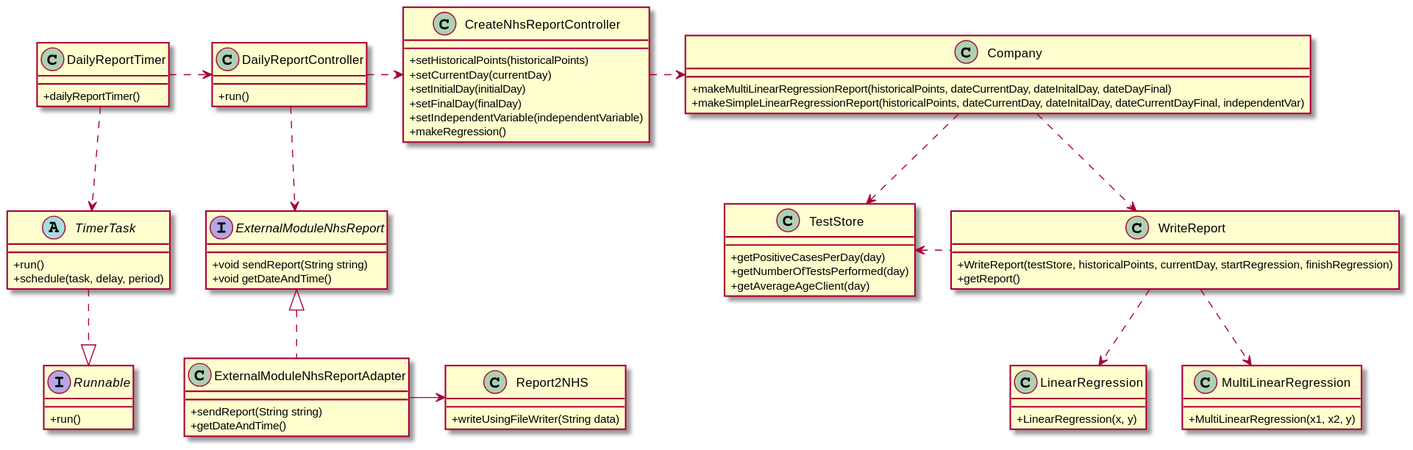
MadDinosaur/ISEP-LAPR2 keeps this PlantUML diagram as docs/SprintD/US19/US19_CD.svg. Above is the earlier version.
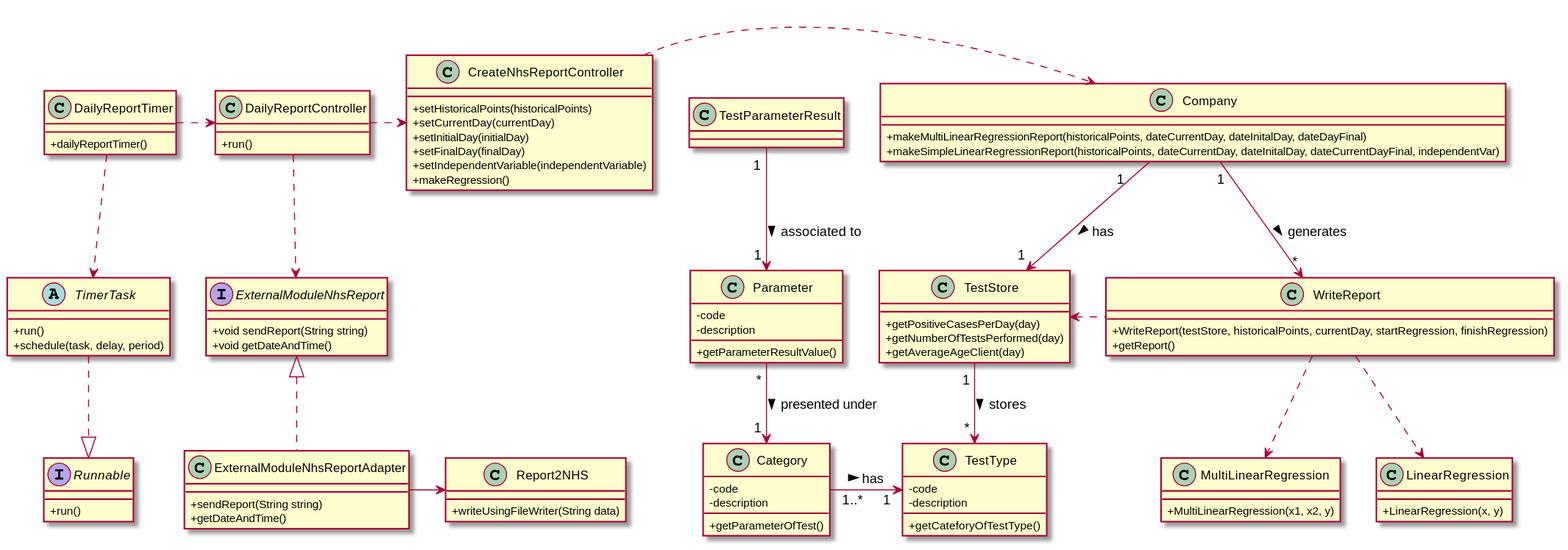
Above is the later version.

Commit message:
Updated Class diagram

Diff of the diagram source:
```diff
@@ -47,6 +47,24 @@
 +getAverageAgeClient(day)
 }
 
+class Category {
+-code
+-description
++getParameterOfTest()
+}
+
+class TestType {
+-code
+-description
++getCateforyOfTestType()
+}
+
+class Parameter {
+-code
+-description
++getParameterResultValue()
+}
+
 class WriteReport {
 +WriteReport(testStore, historicalPoints, currentDay, startRegression, finishRegression)
 +getReport()
@@ -74,12 +92,16 @@
 DailyReportTimer .> DailyReportController
 DailyReportController .> CreateNhsReportController
 CreateNhsReportController .> Company
-Company ..> TestStore
-Company ..> WriteReport
+Company "1    "-->"1  " TestStore : > has
+Company "1"-->"*" WriteReport : > generates
 TestStore <. WriteReport
 ExternalModuleNhsReport <|.. ExternalModuleNhsReportAdapter
 ExternalModuleNhsReportAdapter -> Report2NHS
 WriteReport ..> LinearRegression
 WriteReport ..> MultiLinearRegression
+TestStore "1 "-->" * " TestType : > stores
+Category " 1..* "->"  1 " TestType : > has
+Parameter " * "-->" 1 " Category : presented under >
+TestParameterResult " 1 "-->" 1 " Parameter : associated to >
 
 @enduml
```
